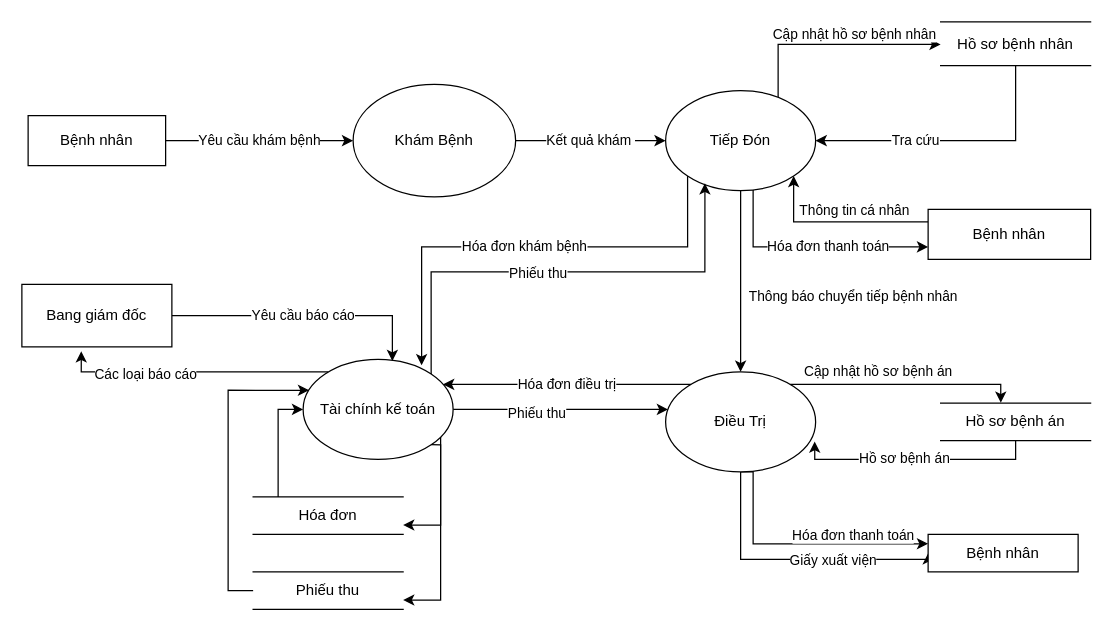
The draw.io diagram MucDinh.drawio in Nhatran241/HTTT, before the edit. Source tidied: cells renumbered, new cells numbered last; positions are measured from the earlier drawing's top-left corner, leaving out a move shared by most shapes. Both pictures are drawn from the tidied source at 125%, with x=0, y=0 at pixel (21, 21).
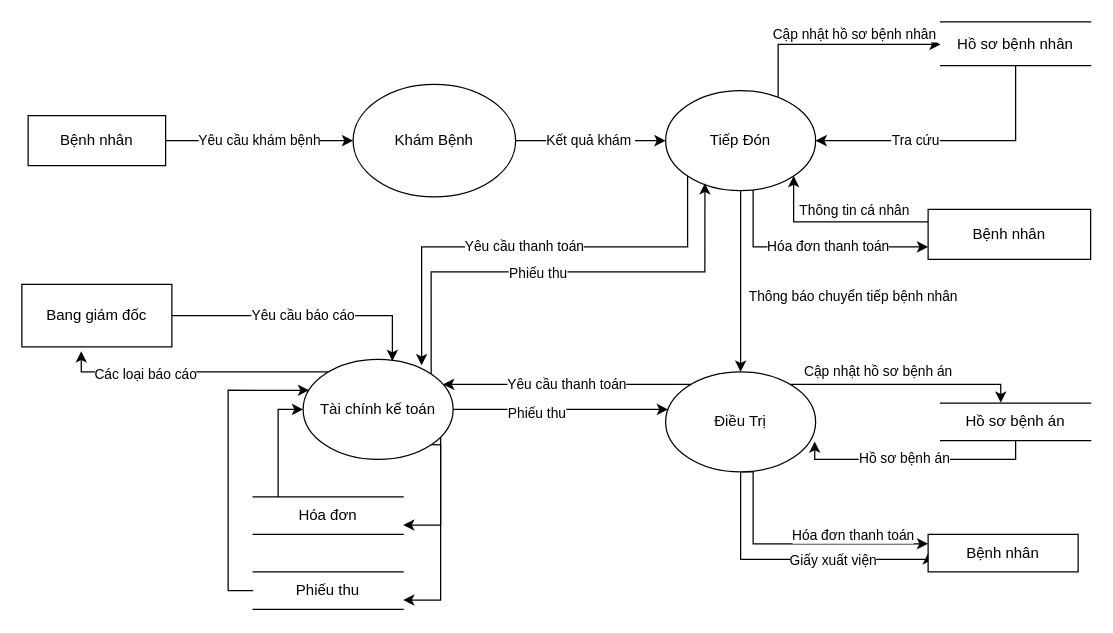
The same diagram, later.

Unchanged cells that the change refers to:
```xml
<mxCell id="9" style="edgeStyle=orthogonalEdgeStyle;rounded=0;jettySize=auto;html=1;exitX=0;exitY=1;exitDx=0;exitDy=0;entryX=0.79;entryY=0.059;entryDx=0;entryDy=0;entryPerimeter=0;" parent="1" edge="1" source="11" target="20">
  <mxGeometry relative="1" as="geometry">
    <Array as="points">
      <mxPoint x="533" y="180" />
      <mxPoint x="320" y="180" />
    </Array>
  </mxGeometry>
</mxCell>
<mxCell id="20" value="Tài chính kế toán" style="ellipse;whiteSpace=wrap;html=1;" parent="1" vertex="1">
  <mxGeometry x="225" y="270" width="120" height="80" as="geometry" />
</mxCell>
<mxCell id="26" value="Điều Trị" style="ellipse;whiteSpace=wrap;html=1;" parent="1" vertex="1">
  <mxGeometry x="515" y="280" width="120" height="80" as="geometry" />
</mxCell>
```

Change to the diagram source:
```diff
@@
-    <mxCell id="10" value="Hóa đơn khám bệnh" style="edgeLabel;html=1;align=center;verticalAlign=middle;" parent="9" vertex="1">
+    <mxCell id="10" value="Yêu cầu thanh toán" style="edgeLabel;html=1;align=center;verticalAlign=middle;" parent="9" vertex="1">
       <mxGeometry x="0.03" y="-1" relative="1" as="geometry" />
     </mxCell>
@@
-    <mxCell id="24" value="Hóa đơn điều trị" style="edgeStyle=orthogonalEdgeStyle;rounded=0;jettySize=auto;html=1;" parent="1" edge="1" source="26" target="20">
+    <mxCell id="24" value="Yêu cầu thanh toán" style="edgeStyle=orthogonalEdgeStyle;rounded=0;jettySize=auto;html=1;" parent="1" edge="1" source="26" target="20">
       <mxGeometry relative="1" as="geometry">
         <Array as="points">
           <mxPoint x="485" y="290" />
           <mxPoint x="485" y="290" />
         </Array>
       </mxGeometry>
     </mxCell>
```
